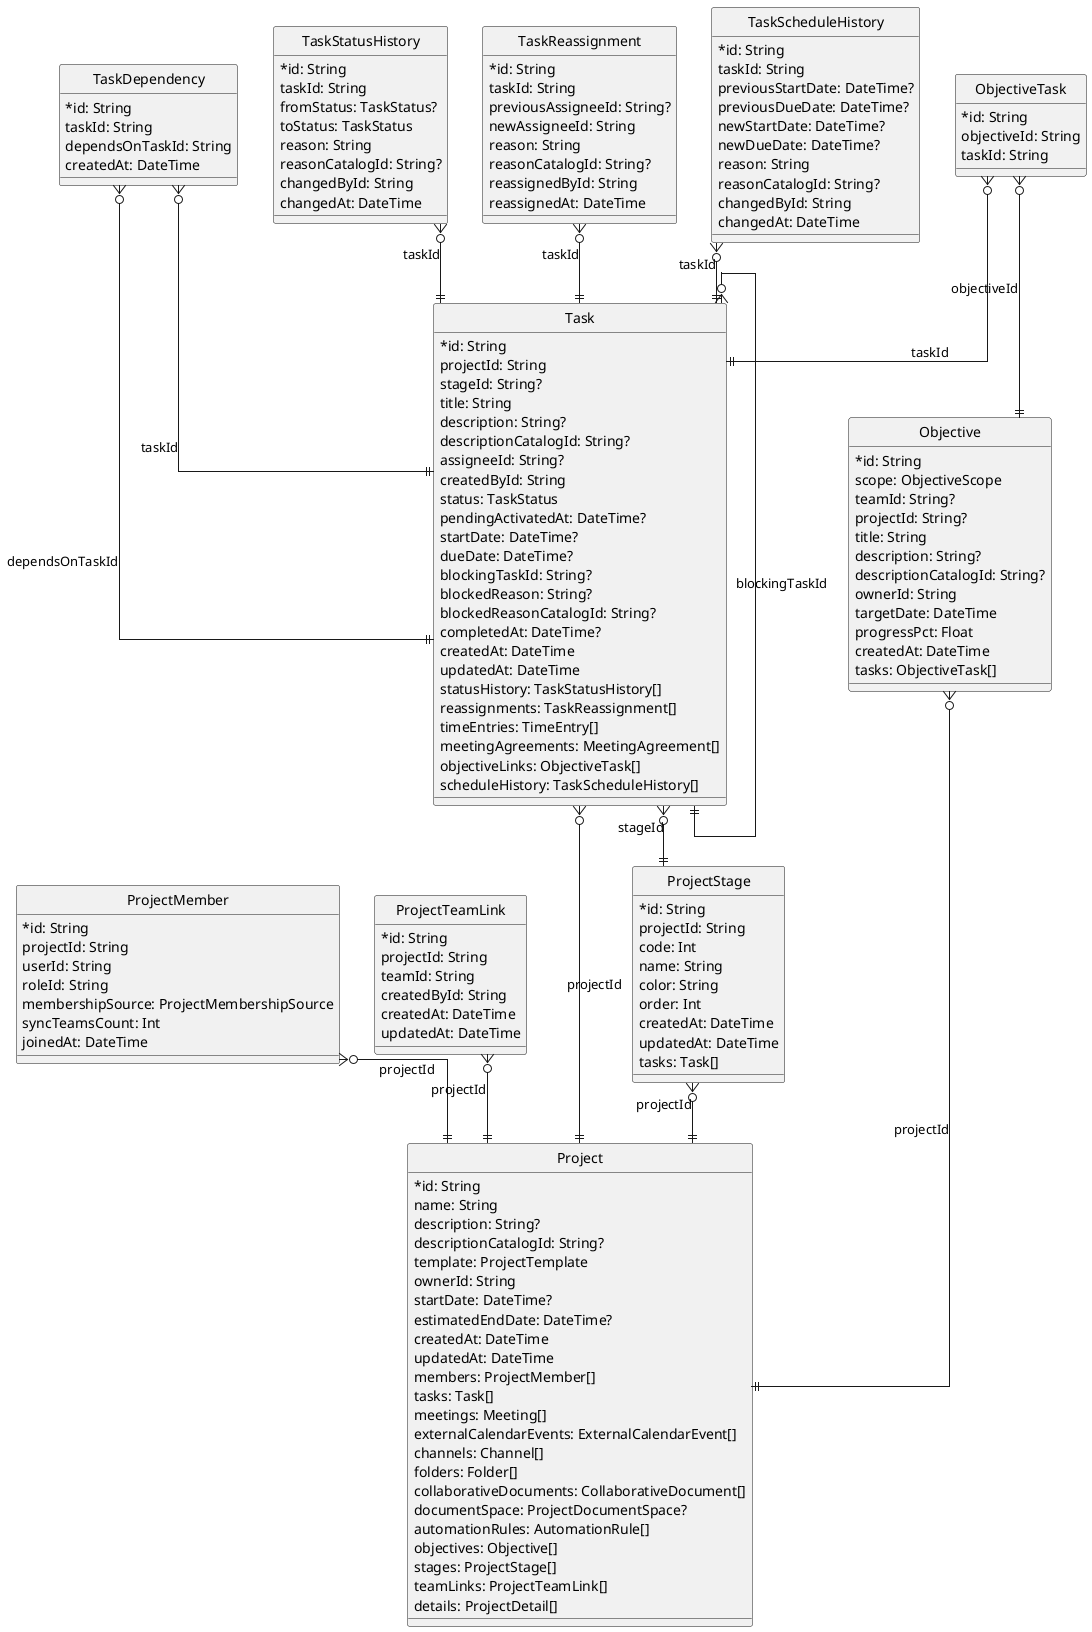
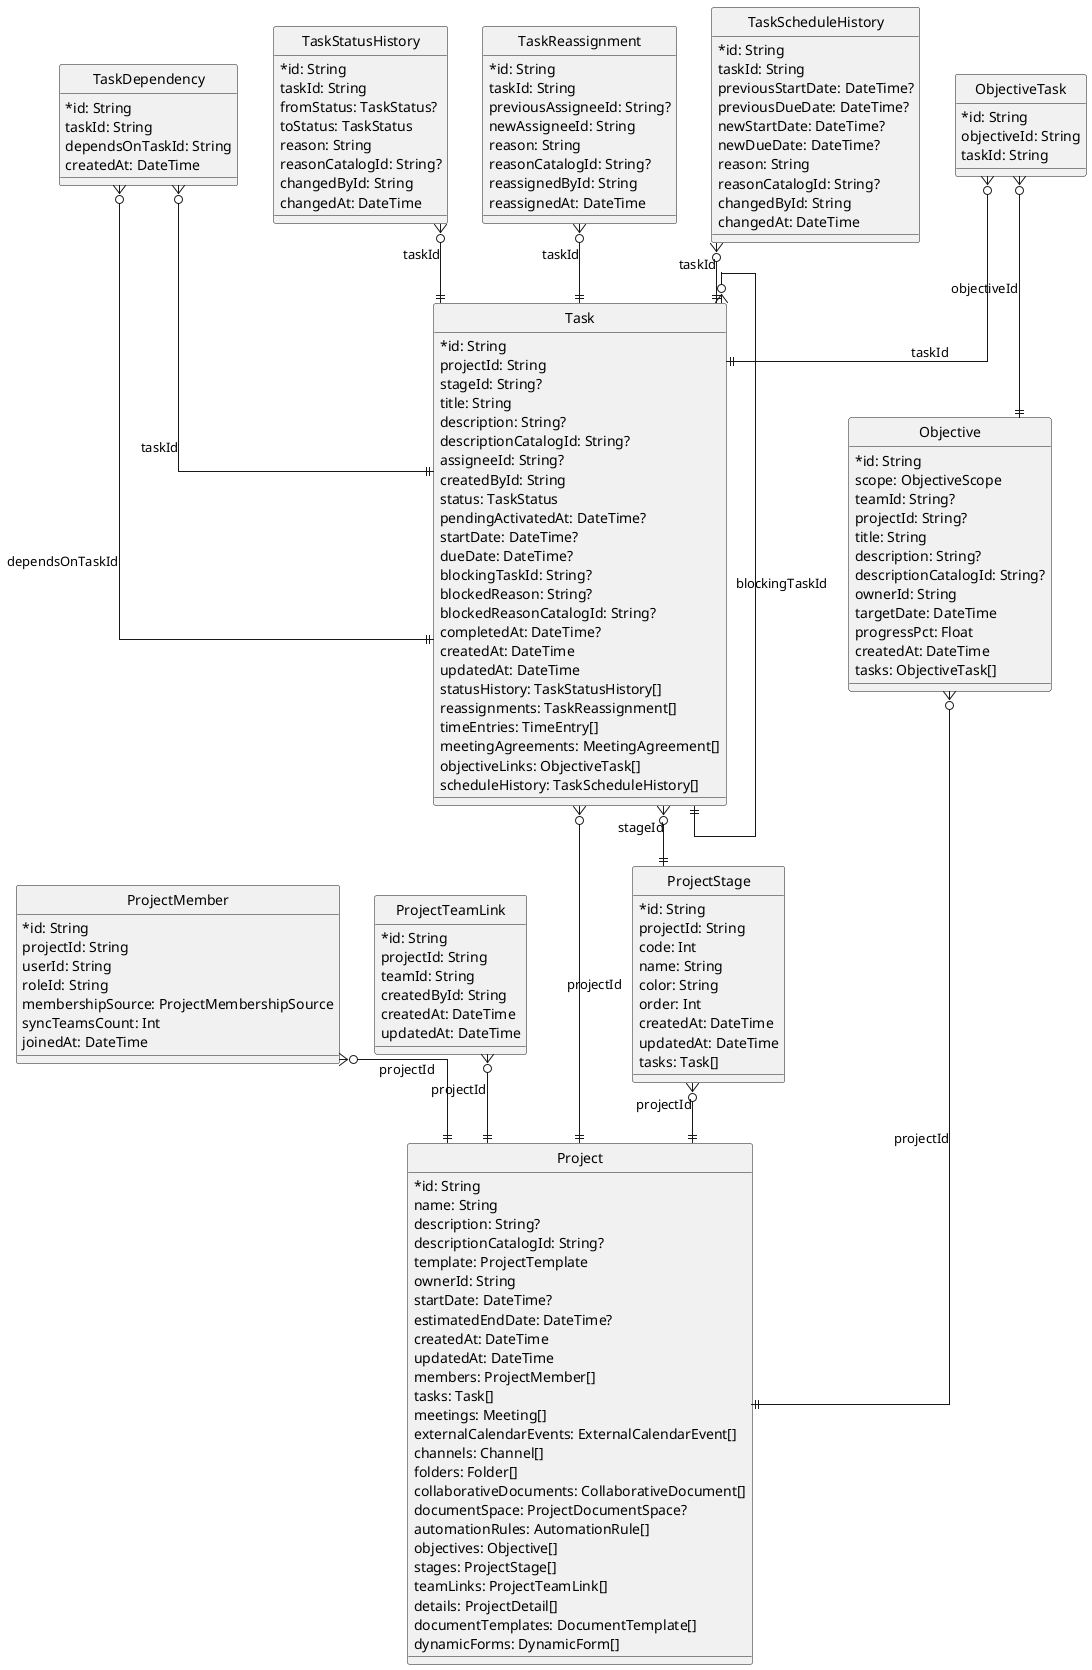
@startuml
hide circle
skinparam linetype ortho
skinparam classAttributeIconSize 0

entity "Project" as Project {
  * id: String
    name: String
    description: String?
    descriptionCatalogId: String?
    template: ProjectTemplate
    ownerId: String
    startDate: DateTime?
    estimatedEndDate: DateTime?
    createdAt: DateTime
    updatedAt: DateTime
    members: ProjectMember[]
    tasks: Task[]
    meetings: Meeting[]
    externalCalendarEvents: ExternalCalendarEvent[]
    channels: Channel[]
    folders: Folder[]
    collaborativeDocuments: CollaborativeDocument[]
    documentSpace: ProjectDocumentSpace?
    automationRules: AutomationRule[]
    objectives: Objective[]
    stages: ProjectStage[]
    teamLinks: ProjectTeamLink[]
    details: ProjectDetail[]
+     documentTemplates: DocumentTemplate[]
+     dynamicForms: DynamicForm[]
}

entity "ProjectMember" as ProjectMember {
  * id: String
    projectId: String
    userId: String
    roleId: String
    membershipSource: ProjectMembershipSource
    syncTeamsCount: Int
    joinedAt: DateTime
}

entity "ProjectTeamLink" as ProjectTeamLink {
  * id: String
    projectId: String
    teamId: String
    createdById: String
    createdAt: DateTime
    updatedAt: DateTime
}

entity "Task" as Task {
  * id: String
    projectId: String
    stageId: String?
    title: String
    description: String?
    descriptionCatalogId: String?
    assigneeId: String?
    createdById: String
    status: TaskStatus
    pendingActivatedAt: DateTime?
    startDate: DateTime?
    dueDate: DateTime?
    blockingTaskId: String?
    blockedReason: String?
    blockedReasonCatalogId: String?
    completedAt: DateTime?
    createdAt: DateTime
    updatedAt: DateTime
    statusHistory: TaskStatusHistory[]
    reassignments: TaskReassignment[]
    timeEntries: TimeEntry[]
    meetingAgreements: MeetingAgreement[]
    objectiveLinks: ObjectiveTask[]
    scheduleHistory: TaskScheduleHistory[]
}

entity "ProjectStage" as ProjectStage {
  * id: String
    projectId: String
    code: Int
    name: String
    color: String
    order: Int
    createdAt: DateTime
    updatedAt: DateTime
    tasks: Task[]
}

entity "TaskDependency" as TaskDependency {
  * id: String
    taskId: String
    dependsOnTaskId: String
    createdAt: DateTime
}

entity "TaskStatusHistory" as TaskStatusHistory {
  * id: String
    taskId: String
    fromStatus: TaskStatus?
    toStatus: TaskStatus
    reason: String
    reasonCatalogId: String?
    changedById: String
    changedAt: DateTime
}

entity "TaskReassignment" as TaskReassignment {
  * id: String
    taskId: String
    previousAssigneeId: String?
    newAssigneeId: String
    reason: String
    reasonCatalogId: String?
    reassignedById: String
    reassignedAt: DateTime
}

entity "TaskScheduleHistory" as TaskScheduleHistory {
  * id: String
    taskId: String
    previousStartDate: DateTime?
    previousDueDate: DateTime?
    newStartDate: DateTime?
    newDueDate: DateTime?
    reason: String
    reasonCatalogId: String?
    changedById: String
    changedAt: DateTime
}

entity "Objective" as Objective {
  * id: String
    scope: ObjectiveScope
    teamId: String?
    projectId: String?
    title: String
    description: String?
    descriptionCatalogId: String?
    ownerId: String
    targetDate: DateTime
    progressPct: Float
    createdAt: DateTime
    tasks: ObjectiveTask[]
}

entity "ObjectiveTask" as ObjectiveTask {
  * id: String
    objectiveId: String
    taskId: String
}

ProjectMember }o--|| Project : projectId
ProjectTeamLink }o--|| Project : projectId
Task }o--|| Project : projectId
Task }o--|| ProjectStage : stageId
Task }o--|| Task : blockingTaskId
ProjectStage }o--|| Project : projectId
TaskDependency }o--|| Task : taskId
TaskDependency }o--|| Task : dependsOnTaskId
TaskStatusHistory }o--|| Task : taskId
TaskReassignment }o--|| Task : taskId
TaskScheduleHistory }o--|| Task : taskId
Objective }o--|| Project : projectId
ObjectiveTask }o--|| Objective : objectiveId
ObjectiveTask }o--|| Task : taskId

@enduml
